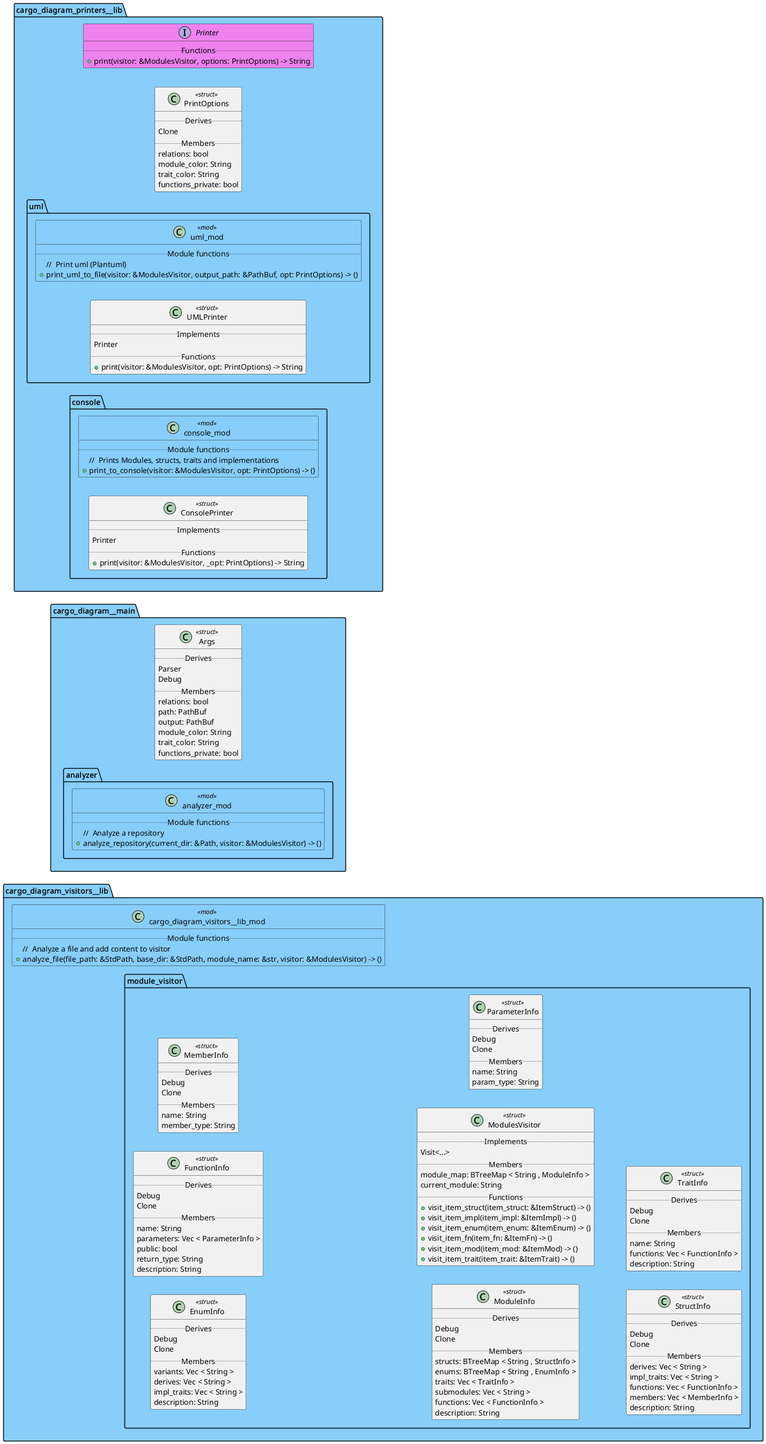
Before: docs/assets/overview.png, a diagram exported from PlantUML (gladion136/cargo-diagram).
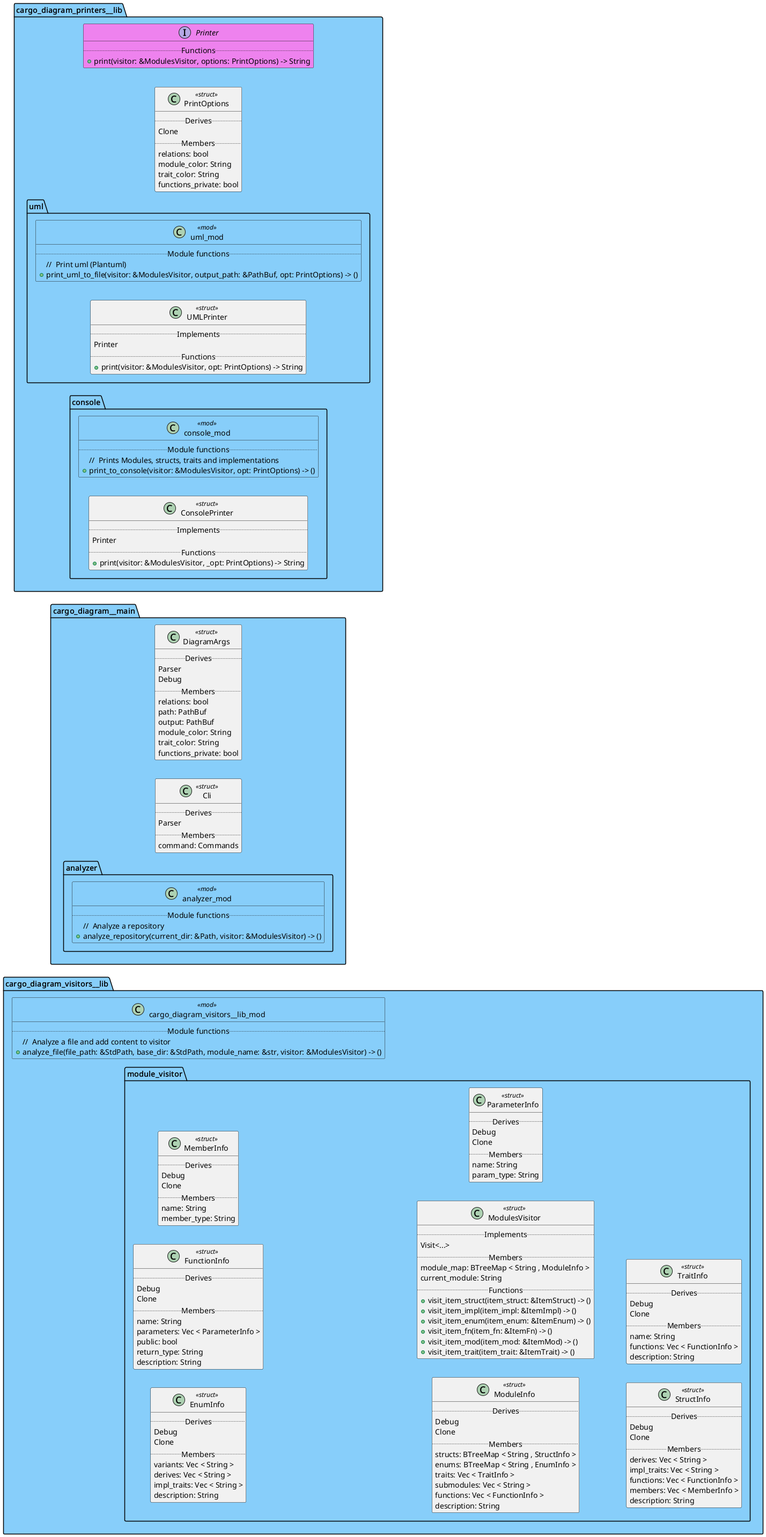
The same diagram one commit later.

Change to the diagram source:
```diff
@@ -2,7 +2,13 @@
 left to right direction
 skinparam lineType ortho
 package cargo_diagram__main #lightskyblue {
-  class cargo_diagram__main::Args as "Args" <<struct>> {
+  class cargo_diagram__main::Cli as "Cli" <<struct>> {
+    .. Derives ..
+    Parser
+    .. Members ..
+    command: Commands
+  }
+  class cargo_diagram__main::DiagramArgs as "DiagramArgs" <<struct>> {
     .. Derives ..
     Parser
     Debug
```
